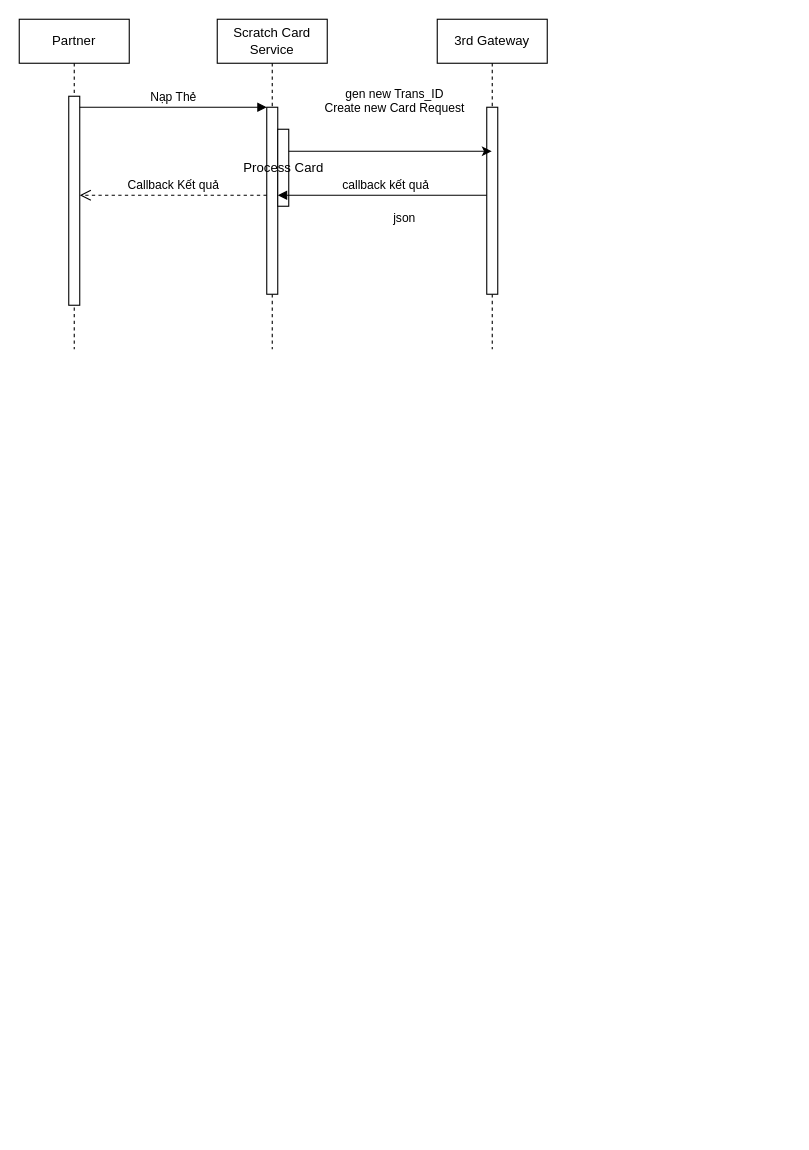
Above: scratct_card_flow.drawio in bachdev/diagram (draw.io), before the change. Source tidied: cells renumbered, new cells numbered last; positions are measured from the earlier drawing's top-left corner, leaving out a move shared by most shapes. Both pictures are drawn from the tidied source at 110%, with x=0, y=0 at pixel (19, 19).
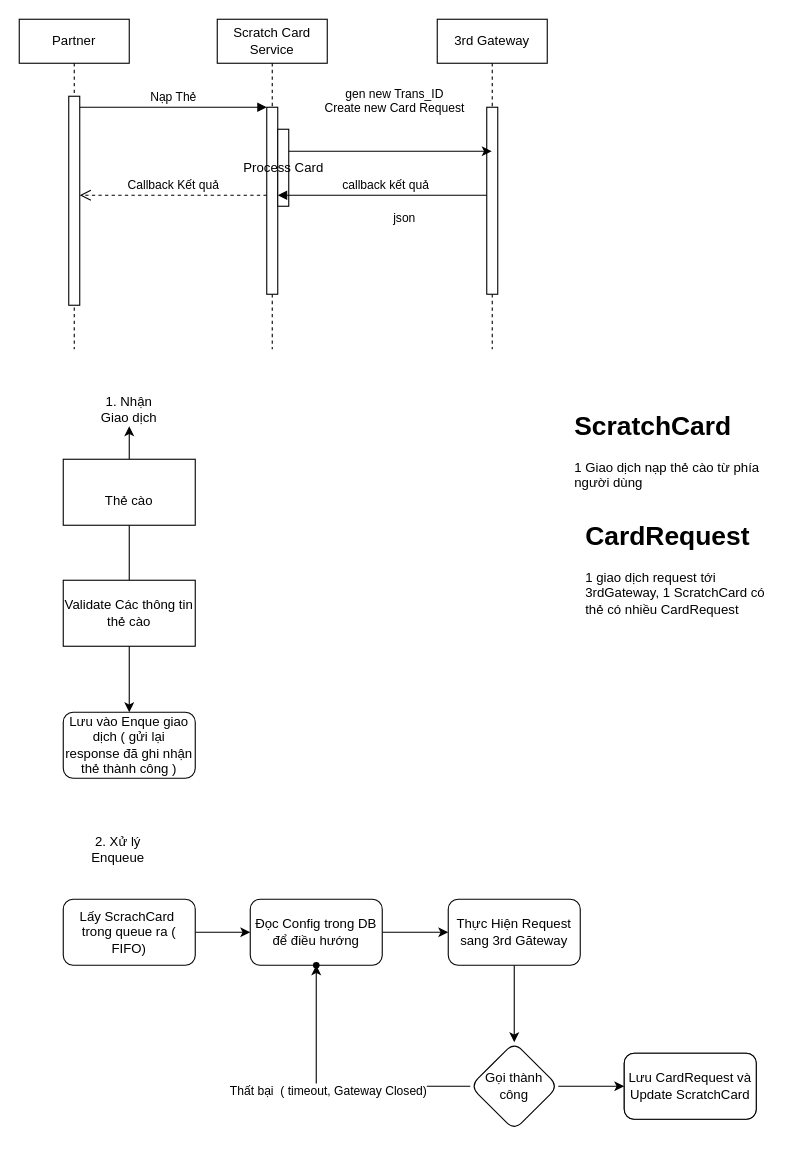
The same page after the edit.

Diff of the diagram source:
```diff
@@
+    <mxCell id="15" style="edgeStyle=orthogonalEdgeStyle;rounded=0;jettySize=auto;html=1;entryX=0.5;entryY=0;entryDx=0;entryDy=0;" parent="1" edge="1" source="17" target="18">
+      <mxGeometry relative="1" as="geometry" />
+    </mxCell>
+    <mxCell id="16" style="edgeStyle=orthogonalEdgeStyle;rounded=0;jettySize=auto;html=1;" parent="1" edge="1" source="17" target="22">
+      <mxGeometry relative="1" as="geometry" />
+    </mxCell>
+    <mxCell id="17" value="&lt;div&gt;&amp;nbsp;&lt;br&gt;&lt;/div&gt;&lt;div&gt;Thẻ cào&lt;/div&gt;" style="rounded=0;whiteSpace=wrap;html=1;" parent="1" vertex="1">
+      <mxGeometry x="40" y="400" width="120" height="60" as="geometry" />
+    </mxCell>
+    <mxCell id="18" value="Lưu vào Enque giao dịch ( gửi lại response đã ghi nhận thẻ thành công )" style="rounded=1;whiteSpace=wrap;html=1;" parent="1" vertex="1">
+      <mxGeometry x="40" y="630" width="120" height="60" as="geometry" />
+    </mxCell>
+    <mxCell id="19" value="&lt;h1&gt;ScratchCard&lt;br&gt;&lt;/h1&gt;&lt;p&gt;1 Giao dịch nạp thẻ cào từ phía người dùng&lt;br&gt;&lt;/p&gt;" style="text;html=1;strokeColor=none;fillColor=none;spacing=5;spacingTop=-20;whiteSpace=wrap;overflow=hidden;rounded=0;" parent="1" vertex="1">
+      <mxGeometry x="500" y="350" width="190" height="120" as="geometry" />
+    </mxCell>
+    <mxCell id="20" value="&lt;h1&gt;CardRequest&lt;br&gt;&lt;/h1&gt;&lt;p&gt;1 giao dịch request tới 3rdGateway, 1 ScratchCard có thẻ có nhiều CardRequest&lt;br&gt;&lt;/p&gt;" style="text;html=1;strokeColor=none;fillColor=none;spacing=5;spacingTop=-20;whiteSpace=wrap;overflow=hidden;rounded=0;" parent="1" vertex="1">
+      <mxGeometry x="510" y="450" width="190" height="120" as="geometry" />
+    </mxCell>
+    <mxCell id="21" value="Validate Các thông tin thẻ cào" style="rounded=0;whiteSpace=wrap;html=1;" parent="1" vertex="1">
+      <mxGeometry x="40" y="510" width="120" height="60" as="geometry" />
+    </mxCell>
+    <mxCell id="22" value="1. Nhận Giao dịch" style="text;html=1;strokeColor=none;fillColor=none;align=center;verticalAlign=middle;whiteSpace=wrap;rounded=0;" parent="1" vertex="1">
+      <mxGeometry x="70" y="340" width="60" height="30" as="geometry" />
+    </mxCell>
+    <mxCell id="23" value="2. Xử lý Enqueue" style="text;html=1;strokeColor=none;fillColor=none;align=center;verticalAlign=middle;whiteSpace=wrap;rounded=0;" parent="1" vertex="1">
+      <mxGeometry x="60" y="740" width="60" height="30" as="geometry" />
+    </mxCell>
+    <mxCell id="24" style="edgeStyle=orthogonalEdgeStyle;rounded=0;jettySize=auto;html=1;" parent="1" edge="1" source="25" target="27">
+      <mxGeometry relative="1" as="geometry" />
+    </mxCell>
+    <mxCell id="25" value="Lấy ScrachCard&amp;nbsp; trong queue ra ( FIFO)" style="rounded=1;whiteSpace=wrap;html=1;" parent="1" vertex="1">
+      <mxGeometry x="40" y="800" width="120" height="60" as="geometry" />
+    </mxCell>
+    <mxCell id="26" style="edgeStyle=orthogonalEdgeStyle;rounded=0;jettySize=auto;html=1;" parent="1" edge="1" source="27" target="29">
+      <mxGeometry relative="1" as="geometry" />
+    </mxCell>
+    <mxCell id="27" value="Đọc Config trong DB để điều hướng " style="rounded=1;whiteSpace=wrap;html=1;" parent="1" vertex="1">
+      <mxGeometry x="210" y="800" width="120" height="60" as="geometry" />
+    </mxCell>
+    <mxCell id="28" style="edgeStyle=orthogonalEdgeStyle;rounded=0;jettySize=auto;html=1;" parent="1" edge="1" source="29" target="33">
+      <mxGeometry relative="1" as="geometry" />
+    </mxCell>
+    <mxCell id="29" value="Thực Hiện Request sang 3rd Găteway" style="rounded=1;whiteSpace=wrap;html=1;" parent="1" vertex="1">
+      <mxGeometry x="390" y="800" width="120" height="60" as="geometry" />
+    </mxCell>
+    <mxCell id="30" style="edgeStyle=orthogonalEdgeStyle;rounded=0;jettySize=auto;html=1;" parent="1" edge="1" source="33" target="34">
+      <mxGeometry relative="1" as="geometry" />
+    </mxCell>
+    <mxCell id="31" style="edgeStyle=orthogonalEdgeStyle;rounded=0;jettySize=auto;html=1;" parent="1" edge="1" source="33" target="35">
+      <mxGeometry relative="1" as="geometry" />
+    </mxCell>
+    <mxCell id="32" value="&lt;div&gt;Thất bại&amp;nbsp; ( timeout, Gateway Closed)&lt;/div&gt;&lt;div&gt;&lt;br&gt;&lt;/div&gt;" style="edgeLabel;html=1;align=center;verticalAlign=middle;" parent="31" vertex="1">
+      <mxGeometry x="-0.52" y="-2" relative="1" as="geometry">
+        <mxPoint x="-70" y="12" as="offset" />
+      </mxGeometry>
+    </mxCell>
+    <mxCell id="33" value="Gọi thành công" style="rhombus;whiteSpace=wrap;html=1;rounded=1;" parent="1" vertex="1">
+      <mxGeometry x="410" y="930" width="80" height="80" as="geometry" />
+    </mxCell>
+    <mxCell id="34" style="rounded=1;whiteSpace=wrap;html=1;" parent="1" vertex="1">
+      <mxGeometry x="550" y="940" width="120" height="60" as="geometry" />
+    </mxCell>
+    <mxCell id="35" style="shape=waypoint;sketch=0;size=6;points=[];fillColor=default;perimeter=centerPerimeter;snapToPoint=1;rounded=1;" parent="1" vertex="1">
+      <mxGeometry x="260" y="850" width="20" height="20" as="geometry" />
+    </mxCell>
+    <mxCell id="36" value="Lưu CardRequest và Update ScratchCard " style="rounded=1;whiteSpace=wrap;html=1;" parent="1" vertex="1">
+      <mxGeometry x="550" y="940" width="120" height="60" as="geometry" />
+    </mxCell>
```
